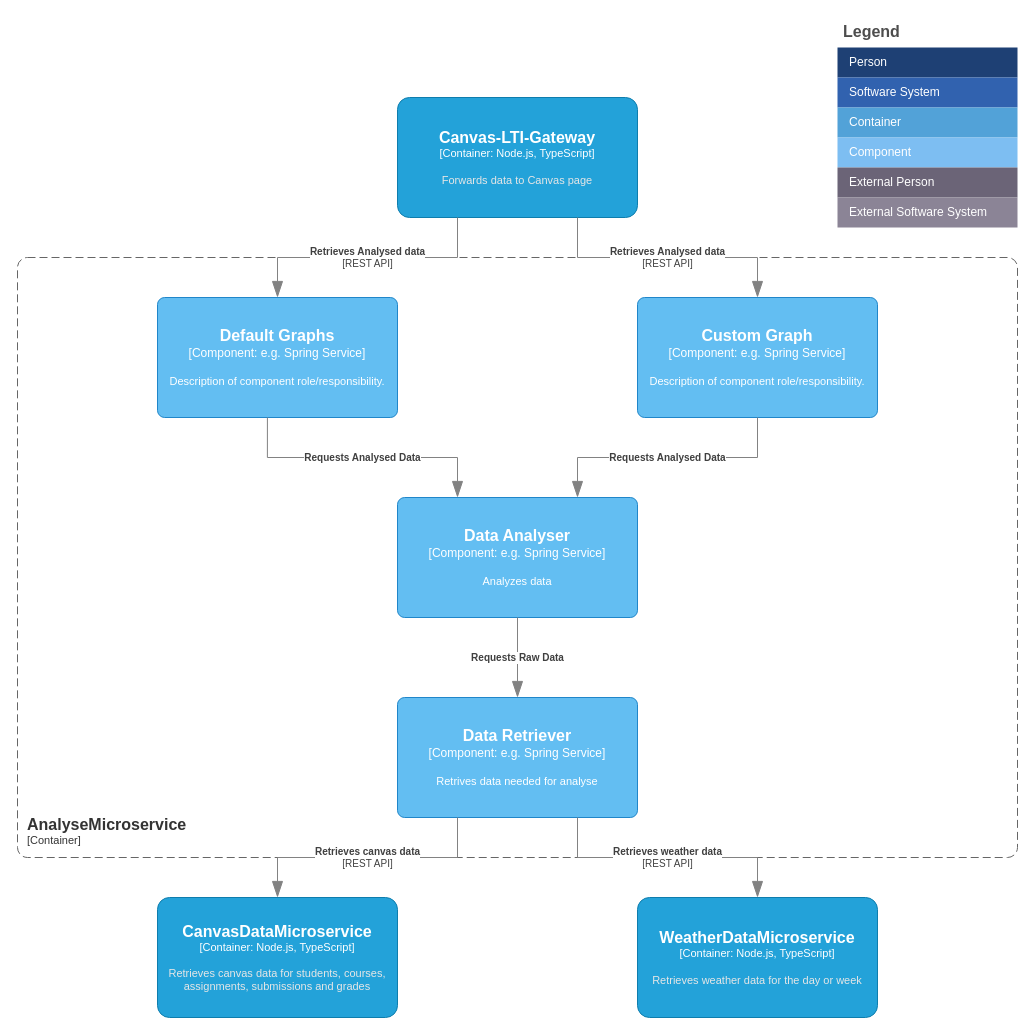
Above: Application Architecture/QSc4_3_AnalyseMicroservice.drawio in quantifiedstudent/QS-Docs (draw.io), before the change. Source tidied: cells renumbered, new cells numbered last; positions are measured from the earlier drawing's top-left corner, leaving out a move shared by most shapes. Both pictures are drawn from the tidied source at 100%, with x=0, y=0 at pixel (17, 17).
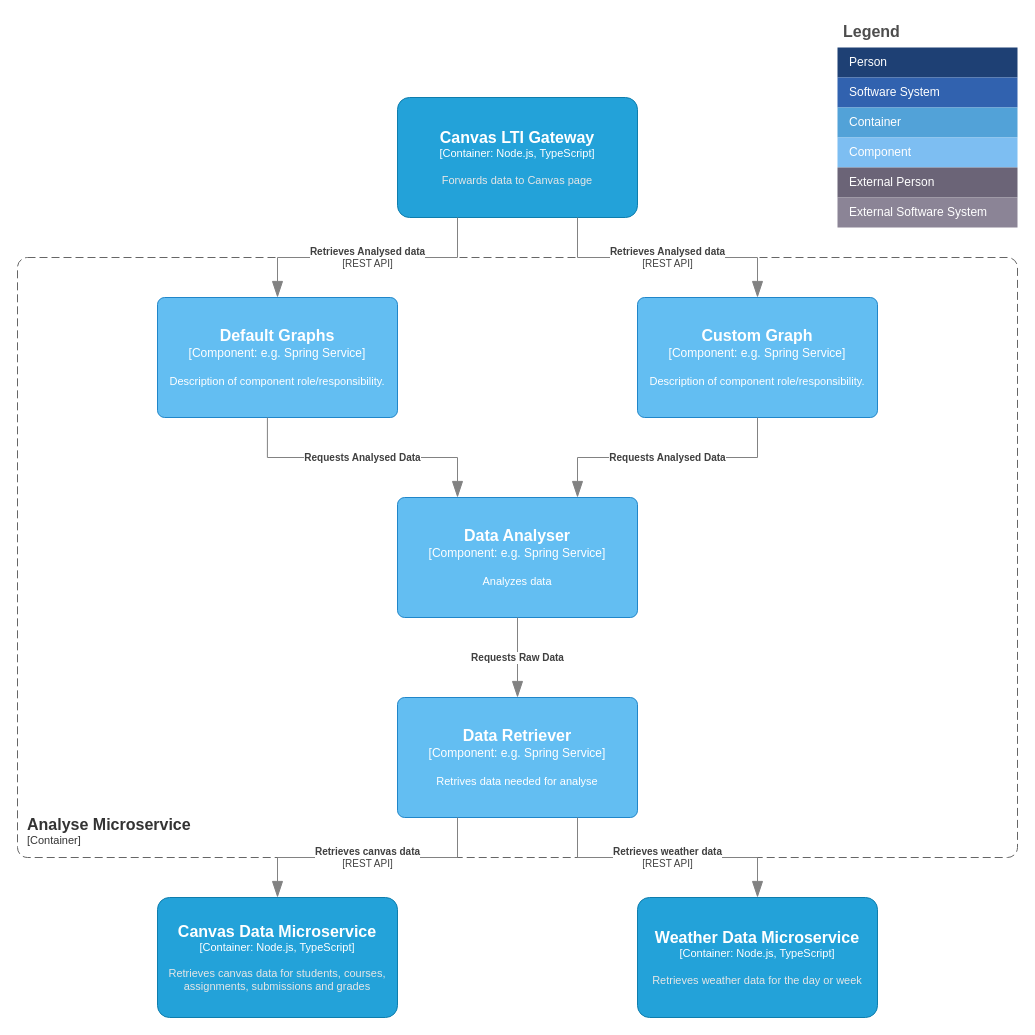
The same page after the edit.

Commit message (it also covers changes not shown here):
Gateway docs + meetings/sprints update

Diff of the diagram source:
```diff
@@
-    <object id="15" label="&lt;font style=&quot;font-size: 16px&quot;&gt;&lt;b&gt;&lt;div style=&quot;text-align: left&quot;&gt;%c4Name%&lt;/div&gt;&lt;/b&gt;&lt;/font&gt;&lt;div style=&quot;text-align: left&quot;&gt;[%c4Application%]&lt;/div&gt;" c4Application="Container" c4Name="AnalyseMicroservice" placeholders="1">
+    <object id="15" label="&lt;font style=&quot;font-size: 16px&quot;&gt;&lt;b&gt;&lt;div style=&quot;text-align: left&quot;&gt;%c4Name%&lt;/div&gt;&lt;/b&gt;&lt;/font&gt;&lt;div style=&quot;text-align: left&quot;&gt;[%c4Application%]&lt;/div&gt;" c4Application="Container" c4Name="Analyse Microservice" placeholders="1">
       <mxCell style="rounded=1;fontSize=11;whiteSpace=wrap;html=1;dashed=1;arcSize=20;fillColor=none;strokeColor=#666666;fontColor=#333333;labelBackgroundColor=none;align=left;verticalAlign=bottom;labelBorderColor=none;spacingTop=0;spacing=10;dashPattern=8 4;perimeter=rectanglePerimeter;noLabel=0;labelPadding=0;absoluteArcSize=1;" parent="1" vertex="1">
         <mxGeometry y="240" width="1000" height="600" as="geometry" />
       </mxCell>
     </object>
-    <object id="16" label="&lt;font style=&quot;font-size: 16px&quot;&gt;&lt;b&gt;%c4Name%&lt;/b&gt;&lt;/font&gt;&lt;div&gt;[%c4Type%: %c4Technology%]&lt;/div&gt;&lt;br&gt;&lt;div&gt;&lt;font style=&quot;font-size: 11px&quot;&gt;&lt;font color=&quot;#E6E6E6&quot;&gt;%c4Description%&lt;/font&gt;&lt;/div&gt;" c4Description="Forwards data to Canvas page" c4Name="Canvas-LTI-Gateway" c4Technology="Node.js, TypeScript" c4Type="Container" placeholders="1">
+    <object id="16" label="&lt;font style=&quot;font-size: 16px&quot;&gt;&lt;b&gt;%c4Name%&lt;/b&gt;&lt;/font&gt;&lt;div&gt;[%c4Type%: %c4Technology%]&lt;/div&gt;&lt;br&gt;&lt;div&gt;&lt;font style=&quot;font-size: 11px&quot;&gt;&lt;font color=&quot;#E6E6E6&quot;&gt;%c4Description%&lt;/font&gt;&lt;/div&gt;" c4Description="Forwards data to Canvas page" c4Name="Canvas LTI Gateway" c4Technology="Node.js, TypeScript" c4Type="Container" placeholders="1">
       <mxCell style="rounded=1;whiteSpace=wrap;html=1;fontSize=11;labelBackgroundColor=none;fillColor=#23A2D9;fontColor=#ffffff;align=center;arcSize=10;strokeColor=#0E7DAD;points=[[0.25,0,0],[0.5,0,0],[0.75,0,0],[1,0.25,0],[1,0.5,0],[1,0.75,0],[0.75,1,0],[0.5,1,0],[0.25,1,0],[0,0.75,0],[0,0.5,0],[0,0.25,0]];" parent="1" vertex="1">
         <mxGeometry x="380" y="80" width="240" height="120" as="geometry" />
       </mxCell>
     </object>
@@
-    <object id="20" label="&lt;font style=&quot;font-size: 16px&quot;&gt;&lt;b&gt;%c4Name%&lt;/b&gt;&lt;/font&gt;&lt;div&gt;[%c4Type%: %c4Technology%]&lt;/div&gt;&lt;br&gt;&lt;div&gt;&lt;font style=&quot;font-size: 11px&quot;&gt;&lt;font color=&quot;#E6E6E6&quot;&gt;%c4Description%&lt;/font&gt;&lt;/div&gt;" c4Description="Retrieves canvas data for students, courses, assignments, submissions and grades" c4Name="CanvasDataMicroservice" c4Technology="Node.js, TypeScript" c4Type="Container" placeholders="1">
+    <object id="20" label="&lt;font style=&quot;font-size: 16px&quot;&gt;&lt;b&gt;%c4Name%&lt;/b&gt;&lt;/font&gt;&lt;div&gt;[%c4Type%: %c4Technology%]&lt;/div&gt;&lt;br&gt;&lt;div&gt;&lt;font style=&quot;font-size: 11px&quot;&gt;&lt;font color=&quot;#E6E6E6&quot;&gt;%c4Description%&lt;/font&gt;&lt;/div&gt;" c4Description="Retrieves canvas data for students, courses, assignments, submissions and grades" c4Name="Canvas Data Microservice" c4Technology="Node.js, TypeScript" c4Type="Container" placeholders="1">
       <mxCell style="rounded=1;whiteSpace=wrap;html=1;fontSize=11;labelBackgroundColor=none;fillColor=#23A2D9;fontColor=#ffffff;align=center;arcSize=10;strokeColor=#0E7DAD;points=[[0.25,0,0],[0.5,0,0],[0.75,0,0],[1,0.25,0],[1,0.5,0],[1,0.75,0],[0.75,1,0],[0.5,1,0],[0.25,1,0],[0,0.75,0],[0,0.5,0],[0,0.25,0]];" parent="1" vertex="1">
         <mxGeometry x="140" y="880" width="240" height="120" as="geometry" />
       </mxCell>
     </object>
-    <object id="21" label="&lt;font style=&quot;font-size: 16px&quot;&gt;&lt;b&gt;%c4Name%&lt;/b&gt;&lt;/font&gt;&lt;div&gt;[%c4Type%: %c4Technology%]&lt;/div&gt;&lt;br&gt;&lt;div&gt;&lt;font style=&quot;font-size: 11px&quot;&gt;&lt;font color=&quot;#E6E6E6&quot;&gt;%c4Description%&lt;/font&gt;&lt;/div&gt;" c4Description="Retrieves weather data for the day or week" c4Name="WeatherDataMicroservice" c4Technology="Node.js, TypeScript" c4Type="Container" placeholders="1">
+    <object id="21" label="&lt;font style=&quot;font-size: 16px&quot;&gt;&lt;b&gt;%c4Name%&lt;/b&gt;&lt;/font&gt;&lt;div&gt;[%c4Type%: %c4Technology%]&lt;/div&gt;&lt;br&gt;&lt;div&gt;&lt;font style=&quot;font-size: 11px&quot;&gt;&lt;font color=&quot;#E6E6E6&quot;&gt;%c4Description%&lt;/font&gt;&lt;/div&gt;" c4Description="Retrieves weather data for the day or week" c4Name="Weather Data Microservice" c4Technology="Node.js, TypeScript" c4Type="Container" placeholders="1">
       <mxCell style="rounded=1;whiteSpace=wrap;html=1;fontSize=11;labelBackgroundColor=none;fillColor=#23A2D9;fontColor=#ffffff;align=center;arcSize=10;strokeColor=#0E7DAD;points=[[0.25,0,0],[0.5,0,0],[0.75,0,0],[1,0.25,0],[1,0.5,0],[1,0.75,0],[0.75,1,0],[0.5,1,0],[0.25,1,0],[0,0.75,0],[0,0.5,0],[0,0.25,0]];" parent="1" vertex="1">
         <mxGeometry x="620" y="880" width="240" height="120" as="geometry" />
       </mxCell>
     </object>
```
